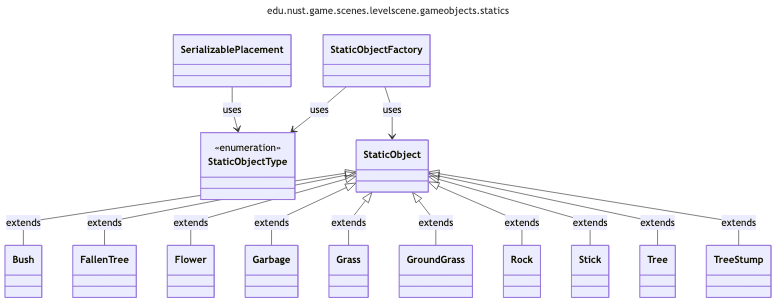
Before: uml/generated/png/package_edu_nust_game_scenes_levelscene_gameobjects_statics.png, a diagram exported from Mermaid (zombie-zero-nust/zombie-zero). Its source is kept beside it as uml/generated/mmd/package_edu_nust_game_scenes_levelscene_gameobjects_statics.mmd. The source it was exported from:
```mermaid
---
title: edu.nust.game.scenes.levelscene.gameobjects.statics
config:
  look: classic
  layout: dagre
  flowchart:
    curve: linear
  class:
    defaultRenderer: dagre-wrapper
---
classDiagram
class Flower
class Garbage
class Bush
class Stick
class Tree
class Grass
class StaticObjectFactory
class Rock
class SerializablePlacement
class GroundGrass
class FallenTree
class TreeStump
class StaticObjectType <<enumeration>>
class StaticObject
StaticObject <|-- Bush : extends
StaticObject <|-- FallenTree : extends
StaticObject <|-- Flower : extends
StaticObject <|-- Garbage : extends
StaticObject <|-- Grass : extends
StaticObject <|-- GroundGrass : extends
StaticObject <|-- Rock : extends
StaticObject <|-- Stick : extends
StaticObject <|-- Tree : extends
StaticObject <|-- TreeStump : extends
SerializablePlacement --> StaticObjectType : uses
StaticObjectFactory --> StaticObject : uses
StaticObjectFactory --> StaticObjectType : uses
```
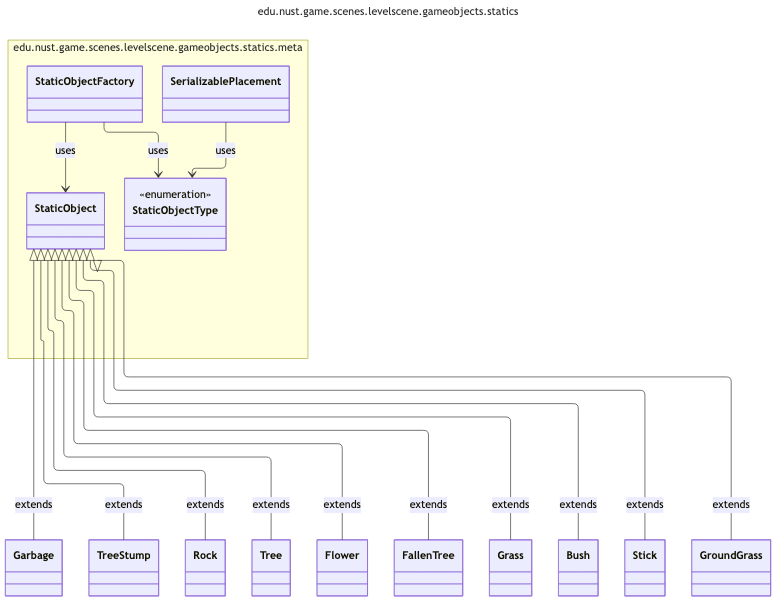
After the change.

Change to the diagram source:
```diff
@@ -2,27 +2,29 @@
 title: edu.nust.game.scenes.levelscene.gameobjects.statics
 config:
   look: classic
-  layout: dagre
+  layout: elk
   flowchart:
     curve: linear
   class:
     defaultRenderer: dagre-wrapper
 ---
 classDiagram
-class Flower
-class Garbage
-class Bush
-class Stick
-class Tree
-class Grass
-class StaticObjectFactory
-class Rock
-class SerializablePlacement
-class GroundGrass
-class FallenTree
-class TreeStump
-class StaticObjectType <<enumeration>>
-class StaticObject
+  class Bush
+  class FallenTree
+  class GroundGrass
+  class Garbage
+  class Stick
+  class Tree
+  class Rock
+  class Flower
+  class TreeStump
+  class Grass
+namespace edu.nust.game.scenes.levelscene.gameobjects.statics.meta {
+  class SerializablePlacement
+  class StaticObjectFactory
+  class StaticObjectType <<enumeration>>
+  class StaticObject
+}
 StaticObject <|-- Bush : extends
 StaticObject <|-- FallenTree : extends
 StaticObject <|-- Flower : extends
```
